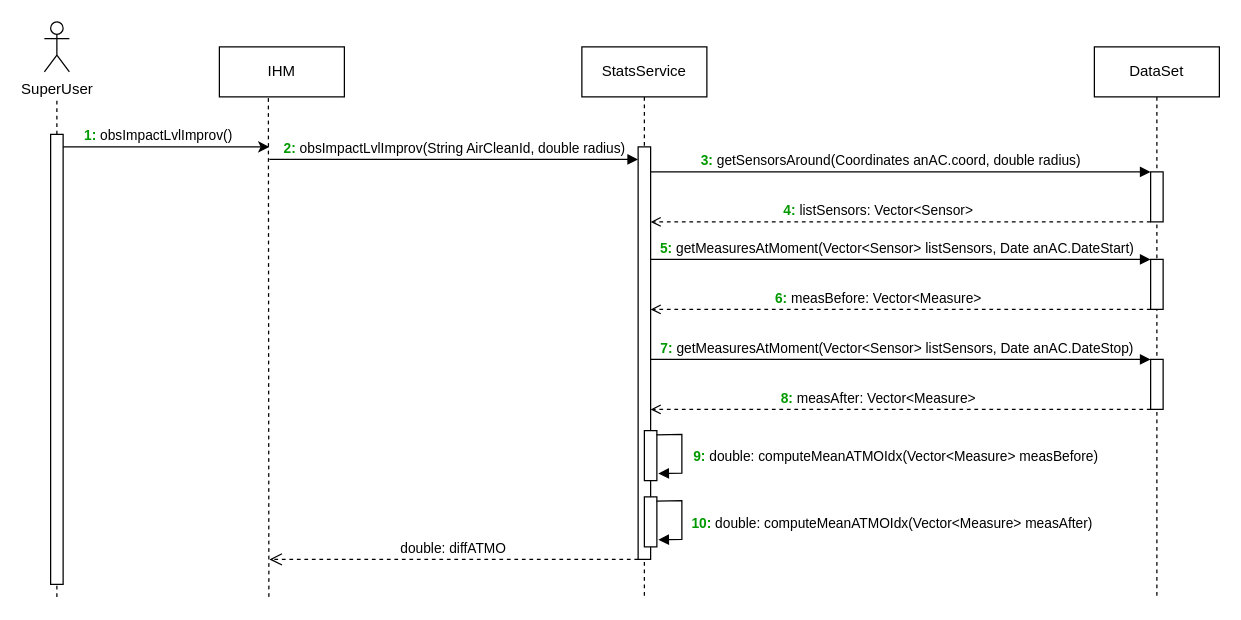
This is UML stuff/seqDiagObsImpLvl.drawio from NourJadiri/AirWatcher, a draw.io file, before an edit. Source tidied: cells renumbered, new cells numbered last; positions are measured from the earlier drawing's top-left corner, leaving out a move shared by most shapes. Both pictures are drawn from the tidied source at 125%, with x=0, y=0 at pixel (44, 21).
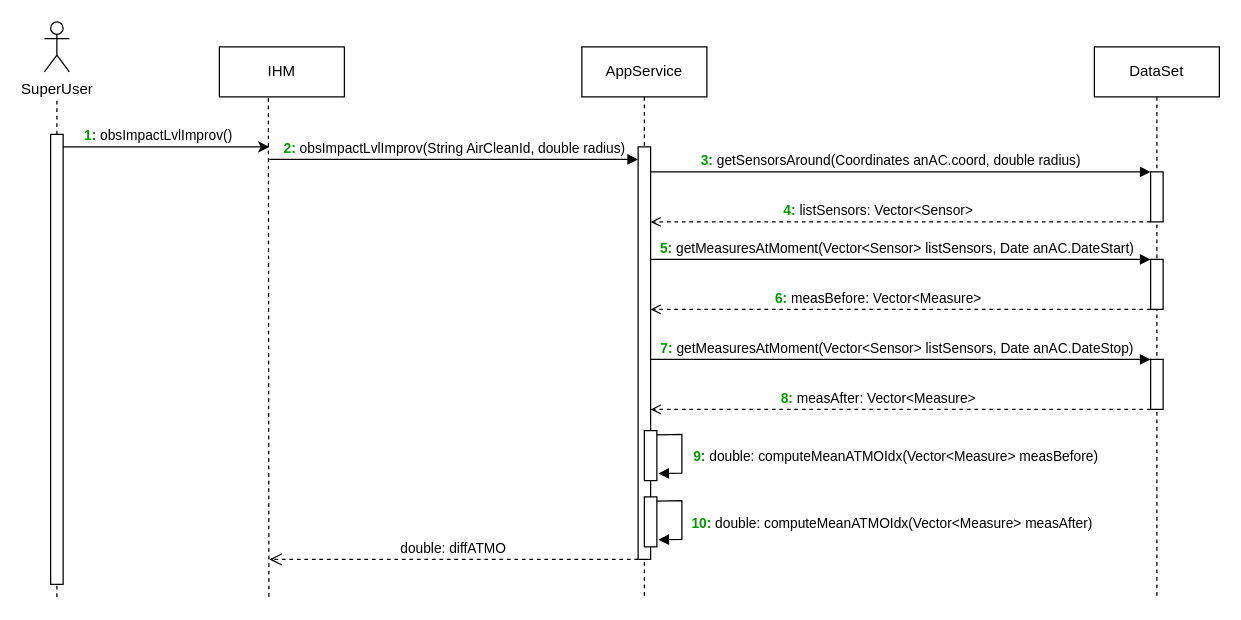
The same page after the edit.

Commit message:
Mettre à jour seqDiagObsImpLvl.drawio

Diff of the diagram source:
```diff
@@
-    <mxCell id="2" value="StatsService" style="shape=umlLifeline;perimeter=lifelinePerimeter;whiteSpace=wrap;html=1;newEdgeStyle={&quot;edgeStyle&quot;:&quot;elbowEdgeStyle&quot;,&quot;elbow&quot;:&quot;vertical&quot;,&quot;curved&quot;:0,&quot;rounded&quot;:0};" parent="1" vertex="1">
+    <mxCell id="2" value="AppService" style="shape=umlLifeline;perimeter=lifelinePerimeter;whiteSpace=wrap;html=1;newEdgeStyle={&quot;edgeStyle&quot;:&quot;elbowEdgeStyle&quot;,&quot;elbow&quot;:&quot;vertical&quot;,&quot;curved&quot;:0,&quot;rounded&quot;:0};" parent="1" vertex="1">
       <mxGeometry x="430" y="20" width="100" height="440" as="geometry" />
     </mxCell>
```
